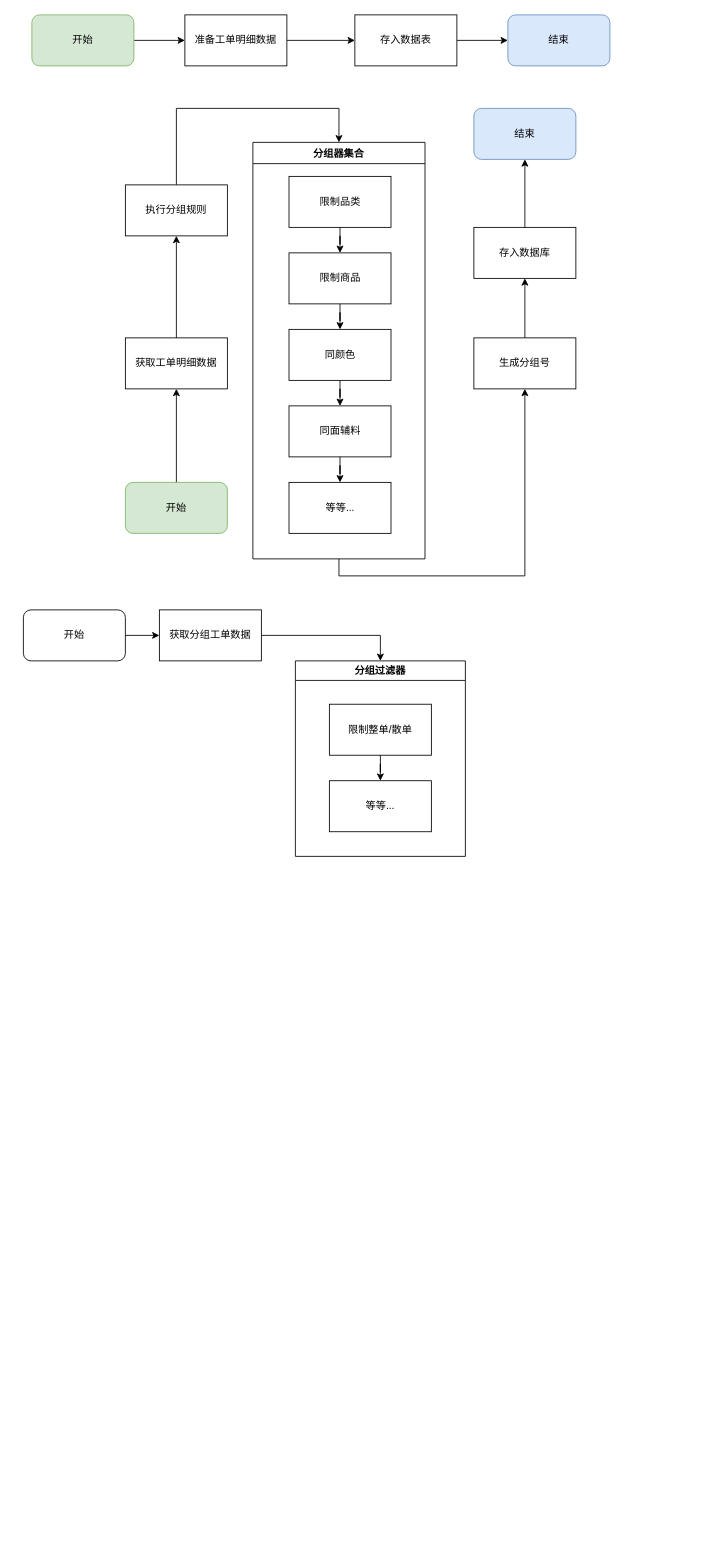
Earlier version of the draw.io diagram 智能分单.drawio (tghtgh123000/diagrams). Source tidied: cells renumbered, new cells numbered last; positions are measured from the earlier drawing's top-left corner, leaving out a move shared by most shapes. Both pictures are drawn from the tidied source at 85%, with x=0, y=0 at pixel (23, 14).
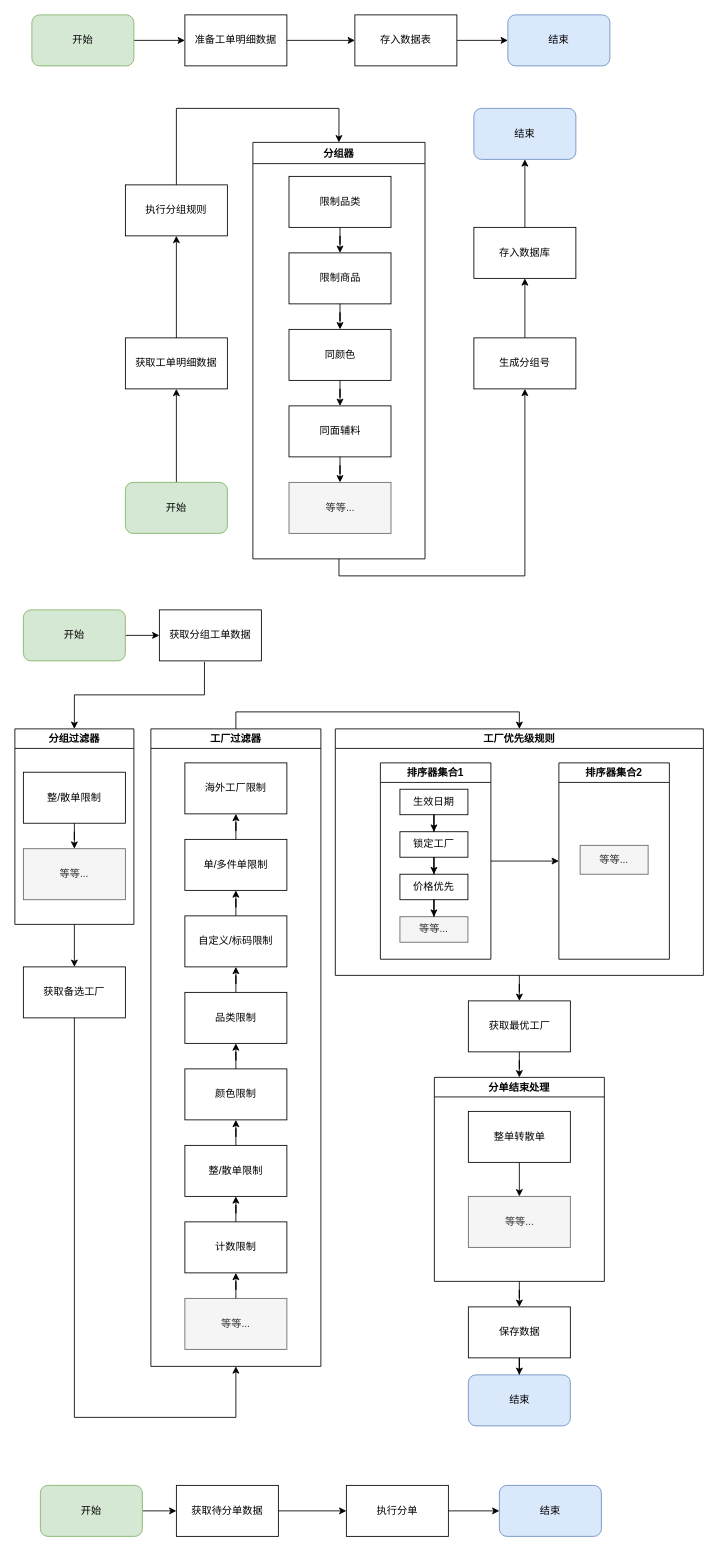
Above is the later version.

The change refers to these unchanged cells:
```xml
<mxCell id="34" value="获取分组工单数据" style="rounded=0;whiteSpace=wrap;html=1;fillColor=none;verticalAlign=middle;" parent="1" vertex="1">
  <mxGeometry x="160" y="700" width="120" height="60" as="geometry" />
</mxCell>
```

Change to the diagram source:
```diff
@@
-    <mxCell id="19" value="分组器集合" style="swimlane;verticalAlign=middle;fillColor=none;startSize=25;" parent="1" vertex="1">
+    <mxCell id="19" value="分组器" style="swimlane;verticalAlign=middle;fillColor=none;startSize=25;" parent="1" vertex="1">
       <mxGeometry x="270" y="150" width="202.5" height="490" as="geometry" />
     </mxCell>
@@
-    <mxCell id="27" value="等等..." style="whiteSpace=wrap;html=1;rounded=0;" parent="19" vertex="1">
+    <mxCell id="27" value="等等..." style="whiteSpace=wrap;html=1;rounded=0;fillColor=#f5f5f5;strokeColor=#666666;fontColor=#333333;" parent="19" vertex="1">
       <mxGeometry x="42.5" y="400" width="120" height="60" as="geometry" />
     </mxCell>
@@
-    <mxCell id="32" value="开始" style="rounded=1;whiteSpace=wrap;html=1;fillColor=none;verticalAlign=middle;" parent="1" vertex="1">
+    <mxCell id="32" value="开始" style="rounded=1;whiteSpace=wrap;html=1;fillColor=#d5e8d4;verticalAlign=middle;strokeColor=#82b366;" parent="1" vertex="1">
       <mxGeometry y="700" width="120" height="60" as="geometry" />
     </mxCell>
-    <mxCell id="33" style="edgeStyle=orthogonalEdgeStyle;rounded=0;jettySize=auto;html=1;entryX=0.5;entryY=0;entryDx=0;entryDy=0;" parent="1" edge="1" source="34" target="35">
+    <mxCell id="33" style="edgeStyle=orthogonalEdgeStyle;rounded=0;jettySize=auto;html=1;entryX=0.5;entryY=0;entryDx=0;entryDy=0;exitX=0.442;exitY=1.017;exitDx=0;exitDy=0;exitPerimeter=0;" parent="1" edge="1" source="34" target="35">
       <mxGeometry relative="1" as="geometry" />
     </mxCell>
@@
+    <mxCell id="39" style="edgeStyle=orthogonalEdgeStyle;rounded=0;jettySize=auto;html=1;" parent="1" edge="1" source="35" target="41">
+      <mxGeometry relative="1" as="geometry" />
+    </mxCell>
     <mxCell id="35" value="分组过滤器" style="swimlane;fillColor=none;verticalAlign=middle;" parent="1" vertex="1">
-      <mxGeometry x="320" y="760" width="200" height="230" as="geometry" />
+      <mxGeometry x="-10" y="840" width="140" height="230" as="geometry" />
     </mxCell>
-    <mxCell id="36" value="限制整单/散单" style="whiteSpace=wrap;html=1;fillColor=none;verticalAlign=middle;" parent="35" vertex="1">
-      <mxGeometry x="40" y="51" width="120" height="60" as="geometry" />
+    <mxCell id="36" value="整/散单限制" style="whiteSpace=wrap;html=1;fillColor=none;verticalAlign=middle;" parent="35" vertex="1">
+      <mxGeometry x="10" y="51" width="120" height="60" as="geometry" />
     </mxCell>
-    <mxCell id="37" value="等等..." style="whiteSpace=wrap;html=1;fillColor=none;" parent="35" vertex="1">
-      <mxGeometry x="40" y="141" width="120" height="60" as="geometry" />
+    <mxCell id="37" value="等等..." style="whiteSpace=wrap;html=1;fillColor=#f5f5f5;strokeColor=#666666;fontColor=#333333;" parent="35" vertex="1">
+      <mxGeometry x="10" y="141" width="120" height="60" as="geometry" />
     </mxCell>
@@
+    <mxCell id="40" style="edgeStyle=orthogonalEdgeStyle;rounded=0;jettySize=auto;html=1;entryX=0.5;entryY=1;entryDx=0;entryDy=0;exitX=0.5;exitY=1;exitDx=0;exitDy=0;" parent="1" edge="1" source="41" target="43">
+      <mxGeometry relative="1" as="geometry">
+        <Array as="points">
+          <mxPoint x="60" y="1650" />
+          <mxPoint x="250" y="1650" />
+        </Array>
+      </mxGeometry>
+    </mxCell>
+    <mxCell id="41" value="获取备选工厂" style="whiteSpace=wrap;html=1;fontStyle=0;fillColor=none;startSize=23;" parent="1" vertex="1">
+      <mxGeometry y="1120" width="120" height="60" as="geometry" />
+    </mxCell>
+    <mxCell id="42" style="edgeStyle=orthogonalEdgeStyle;rounded=0;jettySize=auto;html=1;entryX=0.5;entryY=0;entryDx=0;entryDy=0;exitX=0.5;exitY=0;exitDx=0;exitDy=0;" parent="1" edge="1" source="43" target="60">
+      <mxGeometry relative="1" as="geometry" />
+    </mxCell>
+    <mxCell id="43" value="工厂过滤器" style="swimlane;fillColor=none;verticalAlign=middle;" parent="1" vertex="1">
+      <mxGeometry x="150" y="840" width="200" height="750" as="geometry" />
+    </mxCell>
+    <mxCell id="44" value="海外工厂限制" style="rounded=0;whiteSpace=wrap;html=1;fillColor=none;verticalAlign=middle;" parent="43" vertex="1">
+      <mxGeometry x="40" y="40" width="120" height="60" as="geometry" />
+    </mxCell>
+    <mxCell id="45" value="单/多件单限制" style="whiteSpace=wrap;html=1;rounded=0;fillColor=none;" parent="43" vertex="1">
+      <mxGeometry x="40" y="130" width="120" height="60" as="geometry" />
+    </mxCell>
+    <mxCell id="46" style="edgeStyle=orthogonalEdgeStyle;rounded=0;jettySize=auto;html=1;" parent="43" edge="1" source="45" target="44">
+      <mxGeometry relative="1" as="geometry" />
+    </mxCell>
+    <mxCell id="47" value="自定义/标码限制" style="whiteSpace=wrap;html=1;rounded=0;fillColor=none;" parent="43" vertex="1">
+      <mxGeometry x="40" y="220" width="120" height="60" as="geometry" />
+    </mxCell>
+    <mxCell id="48" style="edgeStyle=orthogonalEdgeStyle;rounded=0;jettySize=auto;html=1;" parent="43" edge="1" source="47" target="45">
+      <mxGeometry relative="1" as="geometry" />
+    </mxCell>
+    <mxCell id="49" value="品类限制" style="whiteSpace=wrap;html=1;rounded=0;fillColor=none;" parent="43" vertex="1">
+      <mxGeometry x="40" y="310" width="120" height="60" as="geometry" />
+    </mxCell>
+    <mxCell id="50" style="edgeStyle=orthogonalEdgeStyle;rounded=0;jettySize=auto;html=1;" parent="43" edge="1" source="49" target="47">
+      <mxGeometry relative="1" as="geometry" />
+    </mxCell>
+    <mxCell id="51" value="颜色限制" style="whiteSpace=wrap;html=1;rounded=0;fillColor=none;" parent="43" vertex="1">
+      <mxGeometry x="40" y="400" width="120" height="60" as="geometry" />
+    </mxCell>
+    <mxCell id="52" style="edgeStyle=orthogonalEdgeStyle;rounded=0;jettySize=auto;html=1;" parent="43" edge="1" source="51" target="49">
+      <mxGeometry relative="1" as="geometry" />
+    </mxCell>
+    <mxCell id="53" value="整/散单限制" style="whiteSpace=wrap;html=1;rounded=0;fillColor=none;" parent="43" vertex="1">
+      <mxGeometry x="40" y="490" width="120" height="60" as="geometry" />
+    </mxCell>
+    <mxCell id="54" style="edgeStyle=orthogonalEdgeStyle;rounded=0;jettySize=auto;html=1;" parent="43" edge="1" source="53" target="51">
+      <mxGeometry relative="1" as="geometry" />
+    </mxCell>
+    <mxCell id="55" value="计数限制" style="whiteSpace=wrap;html=1;rounded=0;fillColor=none;" parent="43" vertex="1">
+      <mxGeometry x="40" y="580" width="120" height="60" as="geometry" />
+    </mxCell>
+    <mxCell id="56" style="edgeStyle=orthogonalEdgeStyle;rounded=0;jettySize=auto;html=1;" parent="43" edge="1" source="55" target="53">
+      <mxGeometry relative="1" as="geometry" />
+    </mxCell>
+    <mxCell id="57" value="等等..." style="whiteSpace=wrap;html=1;rounded=0;fillColor=#f5f5f5;strokeColor=#666666;fontColor=#333333;" parent="43" vertex="1">
+      <mxGeometry x="40" y="670" width="120" height="60" as="geometry" />
+    </mxCell>
+    <mxCell id="58" style="edgeStyle=orthogonalEdgeStyle;rounded=0;jettySize=auto;html=1;" parent="43" edge="1" source="57" target="55">
+      <mxGeometry relative="1" as="geometry" />
+    </mxCell>
+    <mxCell id="59" style="edgeStyle=orthogonalEdgeStyle;rounded=0;jettySize=auto;html=1;" parent="1" edge="1" source="60" target="73">
+      <mxGeometry relative="1" as="geometry" />
+    </mxCell>
+    <mxCell id="60" value="工厂优先级规则" style="swimlane;fillColor=none;verticalAlign=middle;" parent="1" vertex="1">
+      <mxGeometry x="367" y="840" width="433" height="290" as="geometry" />
+    </mxCell>
+    <mxCell id="61" style="edgeStyle=orthogonalEdgeStyle;rounded=0;jettySize=auto;html=1;entryX=0;entryY=0.5;entryDx=0;entryDy=0;" parent="60" edge="1" source="62" target="70">
+      <mxGeometry relative="1" as="geometry" />
+    </mxCell>
+    <mxCell id="62" value="排序器集合1" style="swimlane;fillColor=none;verticalAlign=middle;" parent="60" vertex="1">
+      <mxGeometry x="53" y="40" width="130" height="231" as="geometry" />
+    </mxCell>
+    <mxCell id="63" value="锁定工厂" style="rounded=0;whiteSpace=wrap;html=1;fillColor=none;verticalAlign=middle;" parent="62" vertex="1">
+      <mxGeometry x="23" y="81" width="80" height="30" as="geometry" />
+    </mxCell>
+    <mxCell id="64" value="价格优先" style="rounded=0;whiteSpace=wrap;html=1;fillColor=none;verticalAlign=middle;" parent="62" vertex="1">
+      <mxGeometry x="23" y="131" width="80" height="30" as="geometry" />
+    </mxCell>
+    <mxCell id="65" style="edgeStyle=orthogonalEdgeStyle;rounded=0;jettySize=auto;html=1;" parent="62" edge="1" source="63" target="64">
+      <mxGeometry relative="1" as="geometry" />
+    </mxCell>
+    <mxCell id="66" value="生效日期" style="rounded=0;whiteSpace=wrap;html=1;fillColor=none;verticalAlign=middle;" parent="62" vertex="1">
+      <mxGeometry x="23" y="31" width="80" height="30" as="geometry" />
+    </mxCell>
+    <mxCell id="67" style="edgeStyle=orthogonalEdgeStyle;rounded=0;jettySize=auto;html=1;" parent="62" edge="1" source="66" target="63">
+      <mxGeometry relative="1" as="geometry" />
+    </mxCell>
+    <mxCell id="68" value="等等..." style="rounded=0;whiteSpace=wrap;html=1;fillColor=#f5f5f5;verticalAlign=middle;strokeColor=#666666;fontColor=#333333;" parent="62" vertex="1">
+      <mxGeometry x="23" y="181" width="80" height="30" as="geometry" />
+    </mxCell>
+    <mxCell id="69" style="edgeStyle=orthogonalEdgeStyle;rounded=0;jettySize=auto;html=1;" parent="62" edge="1" source="64" target="68">
+      <mxGeometry relative="1" as="geometry" />
+    </mxCell>
+    <mxCell id="70" value="排序器集合2" style="swimlane;fillColor=none;verticalAlign=middle;" parent="60" vertex="1">
+      <mxGeometry x="263" y="40" width="130" height="231" as="geometry" />
+    </mxCell>
+    <mxCell id="71" value="等等..." style="rounded=0;whiteSpace=wrap;html=1;fillColor=#f5f5f5;verticalAlign=middle;strokeColor=#666666;fontColor=#333333;" parent="70" vertex="1">
+      <mxGeometry x="25" y="97" width="80" height="34" as="geometry" />
+    </mxCell>
+    <mxCell id="72" style="edgeStyle=orthogonalEdgeStyle;rounded=0;jettySize=auto;html=1;entryX=0.5;entryY=0;entryDx=0;entryDy=0;" parent="1" edge="1" source="73" target="85">
+      <mxGeometry relative="1" as="geometry" />
+    </mxCell>
+    <mxCell id="73" value="获取最优工厂" style="whiteSpace=wrap;html=1;fontStyle=0;fillColor=none;startSize=23;" parent="1" vertex="1">
+      <mxGeometry x="523.5" y="1160" width="120" height="60" as="geometry" />
+    </mxCell>
+    <mxCell id="74" style="edgeStyle=orthogonalEdgeStyle;rounded=0;jettySize=auto;html=1;" parent="1" edge="1" source="75" target="76">
+      <mxGeometry relative="1" as="geometry" />
+    </mxCell>
+    <mxCell id="75" value="保存数据" style="whiteSpace=wrap;html=1;fontStyle=0;fillColor=none;startSize=23;" parent="1" vertex="1">
+      <mxGeometry x="523.5" y="1520" width="120" height="60" as="geometry" />
+    </mxCell>
+    <mxCell id="76" value="结束" style="rounded=1;whiteSpace=wrap;html=1;fillColor=#dae8fc;verticalAlign=middle;strokeColor=#6c8ebf;" parent="1" vertex="1">
+      <mxGeometry x="523.5" y="1600" width="120" height="60" as="geometry" />
+    </mxCell>
+    <mxCell id="77" style="edgeStyle=orthogonalEdgeStyle;rounded=0;jettySize=auto;html=1;" parent="1" edge="1" source="78" target="80">
+      <mxGeometry relative="1" as="geometry" />
+    </mxCell>
+    <mxCell id="78" value="开始" style="rounded=1;whiteSpace=wrap;html=1;fillColor=#d5e8d4;verticalAlign=middle;strokeColor=#82b366;" parent="1" vertex="1">
+      <mxGeometry x="20" y="1730" width="120" height="60" as="geometry" />
+    </mxCell>
+    <mxCell id="79" style="edgeStyle=orthogonalEdgeStyle;rounded=0;jettySize=auto;html=1;" parent="1" edge="1" source="80" target="82">
+      <mxGeometry relative="1" as="geometry" />
+    </mxCell>
+    <mxCell id="80" value="获取待分单数据" style="rounded=0;whiteSpace=wrap;html=1;fillColor=none;verticalAlign=middle;" parent="1" vertex="1">
+      <mxGeometry x="180" y="1730" width="120" height="60" as="geometry" />
+    </mxCell>
+    <mxCell id="81" style="edgeStyle=orthogonalEdgeStyle;rounded=0;jettySize=auto;html=1;" parent="1" edge="1" source="82" target="83">
+      <mxGeometry relative="1" as="geometry" />
+    </mxCell>
+    <mxCell id="82" value="执行分单" style="whiteSpace=wrap;html=1;rounded=0;fillColor=none;" parent="1" vertex="1">
+      <mxGeometry x="380" y="1730" width="120" height="60" as="geometry" />
+    </mxCell>
+    <mxCell id="83" value="结束" style="rounded=1;whiteSpace=wrap;html=1;fillColor=#dae8fc;verticalAlign=middle;strokeColor=#6c8ebf;" parent="1" vertex="1">
+      <mxGeometry x="560" y="1730" width="120" height="60" as="geometry" />
+    </mxCell>
+    <mxCell id="84" style="edgeStyle=orthogonalEdgeStyle;rounded=0;jettySize=auto;html=1;entryX=0.5;entryY=0;entryDx=0;entryDy=0;" parent="1" edge="1" source="85" target="75">
+      <mxGeometry relative="1" as="geometry" />
+    </mxCell>
+    <mxCell id="85" value="分单结束处理" style="swimlane;" parent="1" vertex="1">
+      <mxGeometry x="483.5" y="1250" width="200" height="240" as="geometry" />
+    </mxCell>
+    <mxCell id="86" style="edgeStyle=orthogonalEdgeStyle;rounded=0;jettySize=auto;html=1;" parent="85" edge="1" source="87" target="88">
+      <mxGeometry relative="1" as="geometry" />
+    </mxCell>
+    <mxCell id="87" value="整单转散单" style="rounded=0;whiteSpace=wrap;html=1;" parent="85" vertex="1">
+      <mxGeometry x="40" y="40" width="120" height="60" as="geometry" />
+    </mxCell>
+    <mxCell id="88" value="等等..." style="whiteSpace=wrap;html=1;rounded=0;fillColor=#f5f5f5;strokeColor=#666666;fontColor=#333333;" parent="85" vertex="1">
+      <mxGeometry x="40" y="140" width="120" height="60" as="geometry" />
+    </mxCell>
```
